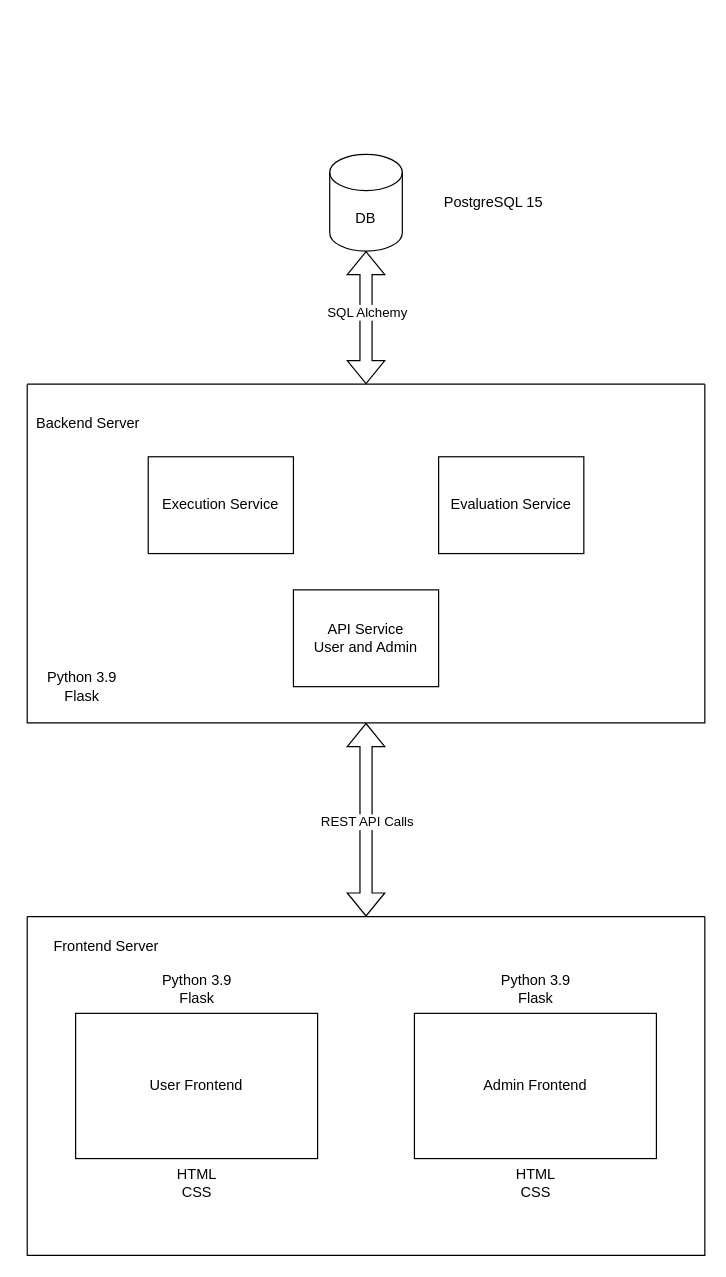
Above: doc/System_Prototype.drawio in ooemperor/CodeGrader (draw.io), before the change. Source tidied: cells renumbered, new cells numbered last; positions are measured from the earlier drawing's top-left corner, leaving out a move shared by most shapes. Both pictures are drawn from the tidied source at 121%, with x=0, y=0 at pixel (21, 154).
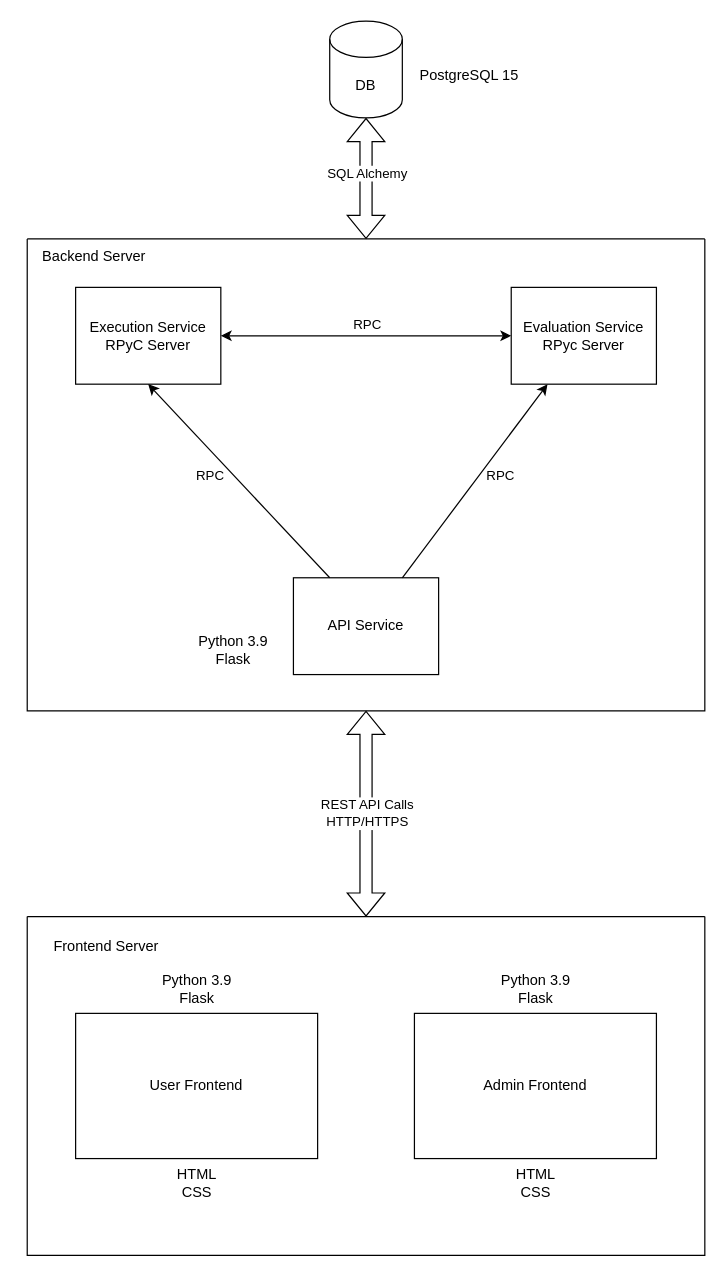
Above is the later version.

Commit message:
updating system prototype

Unchanged cells that the change refers to:
```xml
<mxCell id="16" style="shape=flexArrow;endArrow=classic;startArrow=classic;html=1;rounded=0;entryX=0.5;entryY=1;entryDx=0;entryDy=0;" parent="1" edge="1" source="8" target="3">
  <mxGeometry relative="1" as="geometry" />
</mxCell>
```

What changed in the source:
```diff
@@
     <mxCell id="2" value="DB" style="shape=cylinder3;whiteSpace=wrap;html=1;boundedLbl=1;backgroundOutline=1;size=15;" parent="1" vertex="1">
-      <mxGeometry x="255" width="60" height="80" as="geometry" />
+      <mxGeometry x="255" y="-110" width="60" height="80" as="geometry" />
     </mxCell>
     <mxCell id="3" style="swimlane;startSize=0;" parent="1" vertex="1">
-      <mxGeometry x="5" y="190" width="560" height="280" as="geometry" />
+      <mxGeometry x="5" y="70" width="560" height="390" as="geometry" />
     </mxCell>
-    <mxCell id="4" value="API Service&lt;br&gt;User and Admin" style="rounded=0;whiteSpace=wrap;html=1;" parent="3" vertex="1">
-      <mxGeometry x="220" y="170" width="120" height="80" as="geometry" />
+    <mxCell id="4" value="API Service" style="rounded=0;whiteSpace=wrap;html=1;" parent="3" vertex="1">
+      <mxGeometry x="220" y="280" width="120" height="80" as="geometry" />
     </mxCell>
     <mxCell id="5" value="Python 3.9&lt;br&gt;Flask" style="text;html=1;align=center;verticalAlign=middle;strokeColor=none;fillColor=none;" parent="3" vertex="1">
-      <mxGeometry x="5" y="230" width="80" height="40" as="geometry" />
+      <mxGeometry x="130" y="320" width="80" height="40" as="geometry" />
     </mxCell>
+    <mxCell id="22" style="edgeStyle=none;rounded=0;jettySize=auto;html=1;entryX=0.75;entryY=0;entryDx=0;entryDy=0;startArrow=classic;startFill=1;endArrow=none;endFill=0;" parent="3" edge="1" source="6" target="4">
+      <mxGeometry relative="1" as="geometry" />
+    </mxCell>
+    <mxCell id="23" value="RPC" style="edgeLabel;html=1;align=center;verticalAlign=middle;" parent="22" vertex="1">
+      <mxGeometry x="-0.13" y="-1" relative="1" as="geometry">
+        <mxPoint x="13" y="6" as="offset" />
+      </mxGeometry>
+    </mxCell>
-    <mxCell id="6" value="Evaluation Service" style="rounded=0;whiteSpace=wrap;html=1;" parent="3" vertex="1">
-      <mxGeometry x="340" y="60" width="120" height="80" as="geometry" />
+    <mxCell id="6" value="Evaluation Service&lt;br&gt;RPyc Server" style="rounded=0;whiteSpace=wrap;html=1;" parent="3" vertex="1">
+      <mxGeometry x="400" y="40" width="120" height="80" as="geometry" />
     </mxCell>
-    <mxCell id="7" value="Execution Service" style="rounded=0;whiteSpace=wrap;html=1;" parent="3" vertex="1">
-      <mxGeometry x="100" y="60" width="120" height="80" as="geometry" />
+    <mxCell id="7" value="Execution Service&lt;br&gt;RPyC Server" style="rounded=0;whiteSpace=wrap;html=1;" parent="3" vertex="1">
+      <mxGeometry x="40" y="40" width="120" height="80" as="geometry" />
     </mxCell>
+    <mxCell id="18" value="Backend Server" style="text;html=1;align=center;verticalAlign=middle;strokeColor=none;fillColor=none;" parent="3" vertex="1">
+      <mxGeometry width="110" height="30" as="geometry" />
+    </mxCell>
+    <mxCell id="24" style="rounded=0;jettySize=auto;html=1;entryX=0;entryY=0.5;entryDx=0;entryDy=0;exitX=1;exitY=0.5;exitDx=0;exitDy=0;startArrow=classic;startFill=1;" parent="3" edge="1" source="7" target="6">
+      <mxGeometry relative="1" as="geometry">
+        <Array as="points">
+          <mxPoint x="280" y="80" />
+        </Array>
+      </mxGeometry>
+    </mxCell>
+    <mxCell id="25" value="RPC" style="edgeLabel;html=1;align=center;verticalAlign=middle;" parent="24" vertex="1">
+      <mxGeometry x="-0.2" y="2" relative="1" as="geometry">
+        <mxPoint x="24" y="-8" as="offset" />
+      </mxGeometry>
+    </mxCell>
+    <mxCell id="26" style="rounded=0;jettySize=auto;html=1;entryX=0.5;entryY=1;entryDx=0;entryDy=0;exitX=0.25;exitY=0;exitDx=0;exitDy=0;" parent="3" edge="1" source="4" target="7">
+      <mxGeometry relative="1" as="geometry" />
+    </mxCell>
+    <mxCell id="27" value="RPC" style="edgeLabel;html=1;align=center;verticalAlign=middle;" parent="26" vertex="1">
+      <mxGeometry x="-0.2" y="2" relative="1" as="geometry">
+        <mxPoint x="-38" y="-22" as="offset" />
+      </mxGeometry>
+    </mxCell>
@@
-    <mxCell id="17" value="REST API Calls" style="edgeLabel;html=1;align=center;verticalAlign=middle;" parent="16" vertex="1">
+    <mxCell id="17" value="REST API Calls&lt;br&gt;HTTP/HTTPS" style="edgeLabel;html=1;align=center;verticalAlign=middle;" parent="16" vertex="1">
       <mxGeometry x="0.33" y="-5" relative="1" as="geometry">
         <mxPoint x="-5" y="27" as="offset" />
       </mxGeometry>
     </mxCell>
-    <mxCell id="18" value="Backend Server" style="text;html=1;align=center;verticalAlign=middle;strokeColor=none;fillColor=none;" parent="1" vertex="1">
-      <mxGeometry y="208" width="110" height="30" as="geometry" />
-    </mxCell>
@@
     <mxCell id="21" value="PostgreSQL 15" style="text;html=1;align=center;verticalAlign=middle;strokeColor=none;fillColor=none;" parent="1" vertex="1">
-      <mxGeometry x="335" y="25" width="110" height="30" as="geometry" />
+      <mxGeometry x="315" y="-80" width="110" height="30" as="geometry" />
     </mxCell>
```
